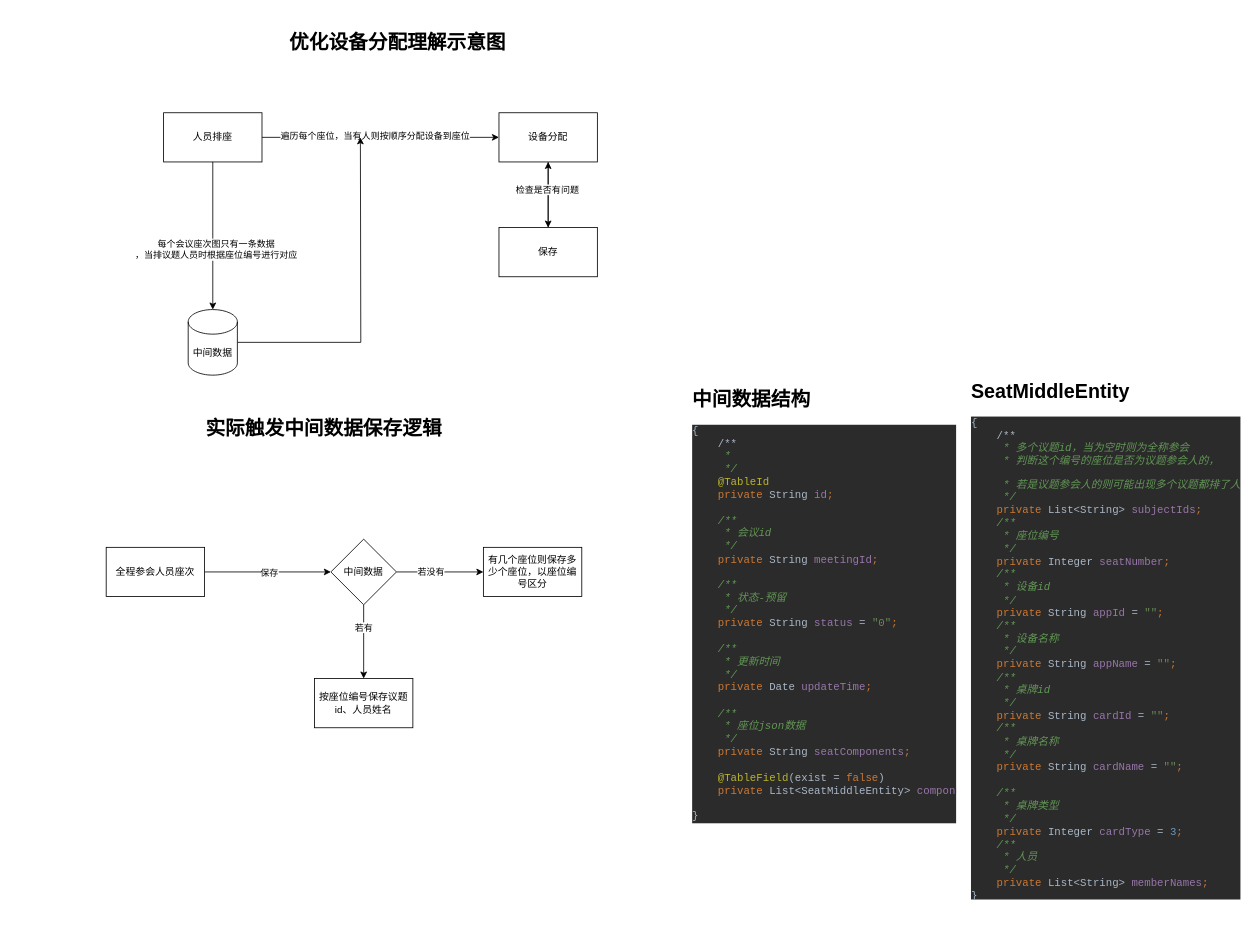
Above: 优化设备分配理解示意图.drawio in carpONE/draw (draw.io), before the change. Source tidied: cells renumbered, new cells numbered last; positions are measured from the earlier drawing's top-left corner, leaving out a move shared by most shapes. Both pictures are drawn from the tidied source at 82%, with x=0, y=0 at pixel (106, 14).
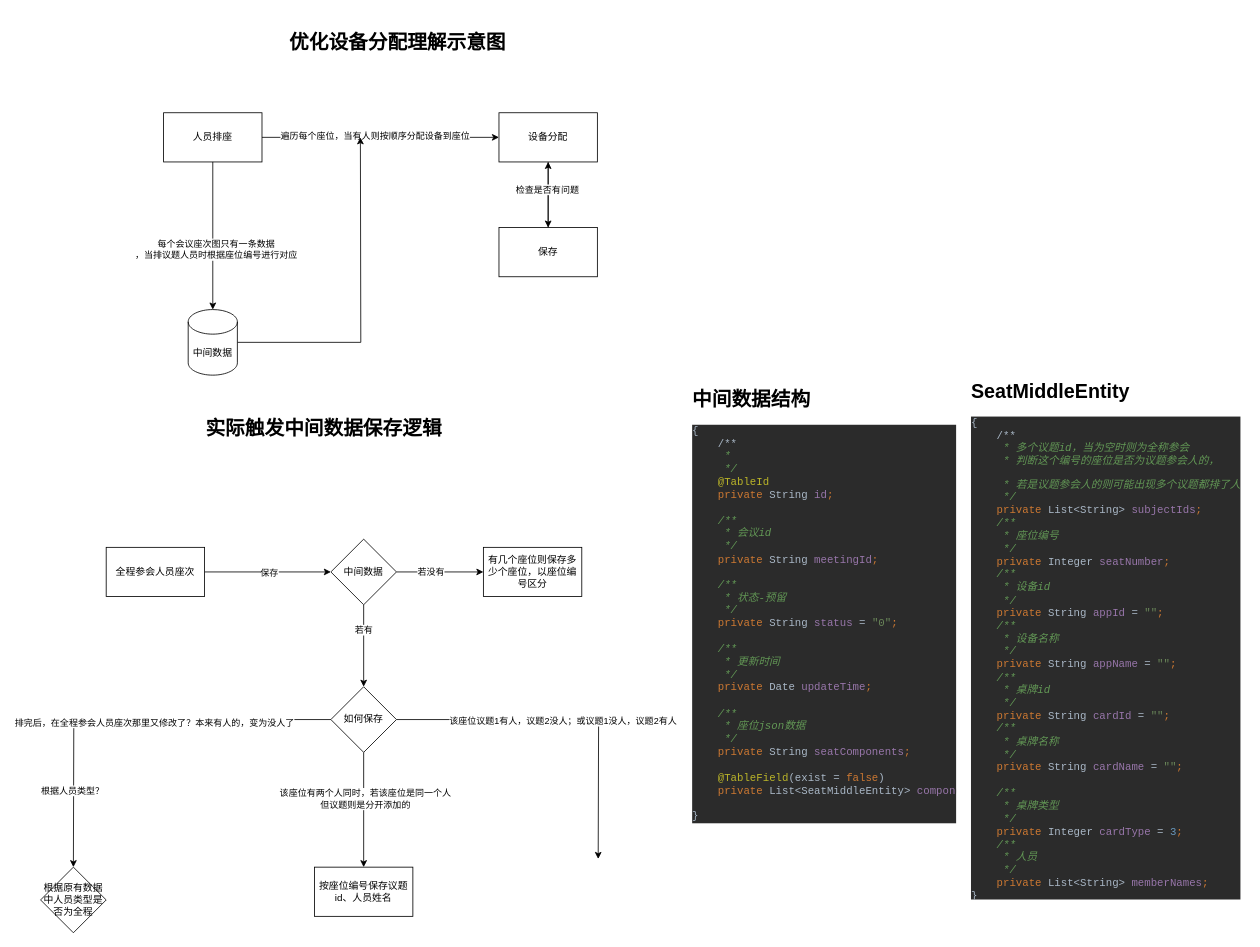
The same page after the edit.

Commit message:
更新优化设备分配理解示意图.drawio

The change refers to these unchanged cells:
```xml
<mxCell id="23" value="中间数据" style="rhombus;whiteSpace=wrap;html=1;" parent="1" vertex="1">
  <mxGeometry x="274" y="640" width="80" height="80" as="geometry" />
</mxCell>
```

What changed in the source:
```diff
@@
-    <mxCell id="21" style="edgeStyle=orthogonalEdgeStyle;rounded=0;jettySize=auto;html=1;entryX=0.5;entryY=0;entryDx=0;entryDy=0;" parent="1" edge="1" source="23" target="27">
+    <mxCell id="21" style="edgeStyle=orthogonalEdgeStyle;rounded=0;jettySize=auto;html=1;entryX=0.5;entryY=0;entryDx=0;entryDy=0;" parent="1" edge="1" source="23" target="35">
       <mxGeometry relative="1" as="geometry" />
     </mxCell>
@@
     <mxCell id="27" value="按座位编号保存议题id、人员姓名" style="rounded=0;whiteSpace=wrap;html=1;" parent="1" vertex="1">
-      <mxGeometry x="254" y="810" width="120" height="60" as="geometry" />
+      <mxGeometry x="254" y="1040" width="120" height="60" as="geometry" />
     </mxCell>
+    <mxCell id="28" style="edgeStyle=orthogonalEdgeStyle;rounded=0;jettySize=auto;html=1;entryX=0.5;entryY=0;entryDx=0;entryDy=0;" parent="1" edge="1" source="35" target="27">
+      <mxGeometry relative="1" as="geometry" />
+    </mxCell>
+    <mxCell id="29" value="该座位有两个人同时，若该座位是同一个人&lt;br&gt;但议题则是分开添加的" style="edgeLabel;html=1;align=center;verticalAlign=middle;" parent="28" vertex="1">
+      <mxGeometry x="-0.2" y="1" relative="1" as="geometry" />
+    </mxCell>
+    <mxCell id="30" style="edgeStyle=orthogonalEdgeStyle;rounded=0;jettySize=auto;html=1;exitX=1;exitY=0.5;exitDx=0;exitDy=0;" parent="1" edge="1" source="35">
+      <mxGeometry relative="1" as="geometry">
+        <mxPoint x="600" y="1030" as="targetPoint" />
+      </mxGeometry>
+    </mxCell>
+    <mxCell id="31" value="该座位议题1有人，议题2没人；或议题1没人，议题2有人" style="edgeLabel;html=1;align=center;verticalAlign=middle;" parent="30" vertex="1">
+      <mxGeometry x="-0.03" y="-1" relative="1" as="geometry" />
+    </mxCell>
+    <mxCell id="32" style="edgeStyle=orthogonalEdgeStyle;rounded=0;jettySize=auto;html=1;exitX=0;exitY=0.5;exitDx=0;exitDy=0;" parent="1" edge="1" source="35">
+      <mxGeometry relative="1" as="geometry">
+        <mxPoint x="-40" y="1040" as="targetPoint" />
+      </mxGeometry>
+    </mxCell>
+    <mxCell id="33" value="排完后，在全程参会人员座次那里又修改了？本来有人的，变为没人了" style="edgeLabel;html=1;align=center;verticalAlign=middle;" parent="32" vertex="1">
+      <mxGeometry x="-0.12" y="3" relative="1" as="geometry">
+        <mxPoint x="1" as="offset" />
+      </mxGeometry>
+    </mxCell>
+    <mxCell id="34" value="根据人员类型？" style="edgeLabel;html=1;align=center;verticalAlign=middle;" parent="32" vertex="1">
+      <mxGeometry x="0.62" y="-2" relative="1" as="geometry" />
+    </mxCell>
+    <mxCell id="35" value="如何保存" style="rhombus;whiteSpace=wrap;html=1;" parent="1" vertex="1">
+      <mxGeometry x="274" y="820" width="80" height="80" as="geometry" />
+    </mxCell>
+    <mxCell id="36" value="根据原有数据中人员类型是否为全程" style="rhombus;whiteSpace=wrap;html=1;" parent="1" vertex="1">
+      <mxGeometry x="-80" y="1040" width="80" height="80" as="geometry" />
+    </mxCell>
```
